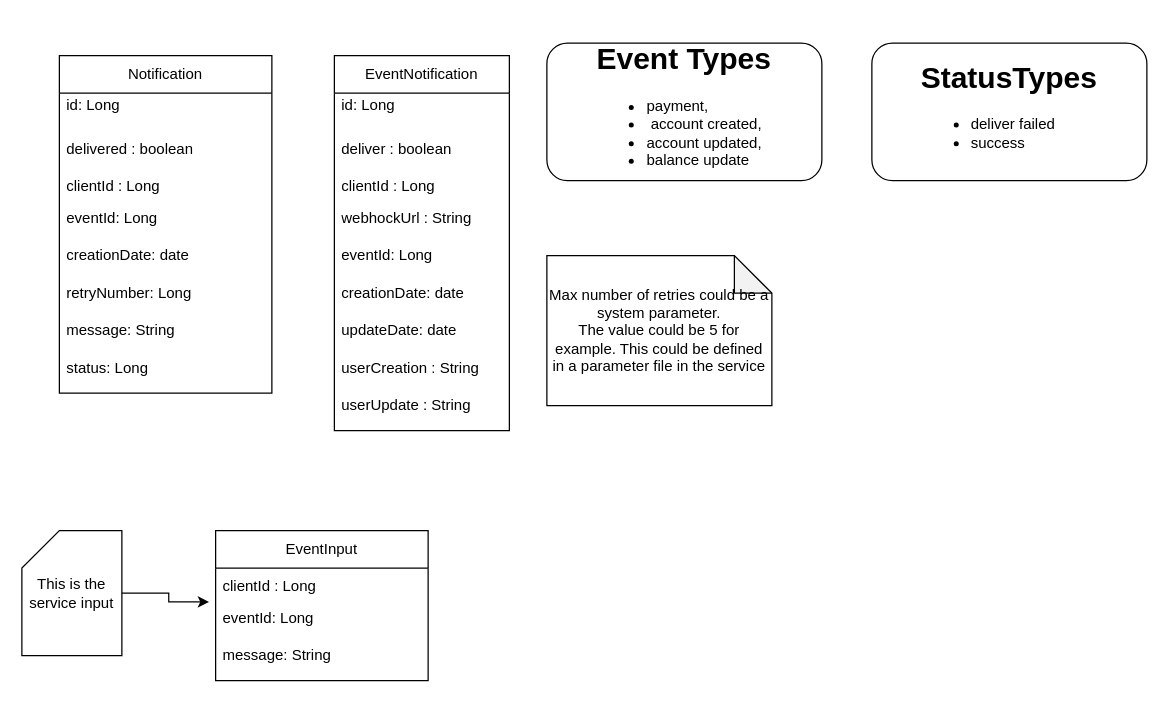
This is page "model" (1 of 3) of notifications-api-v2.drawio from dalejandroba/hello-world, a draw.io file, before an edit. Source tidied: cells renumbered, new cells numbered last; positions are measured from the earlier drawing's top-left corner, leaving out a move shared by most shapes. Both pictures are drawn from the tidied source at 125%, with x=0, y=0 at pixel (21, 42).
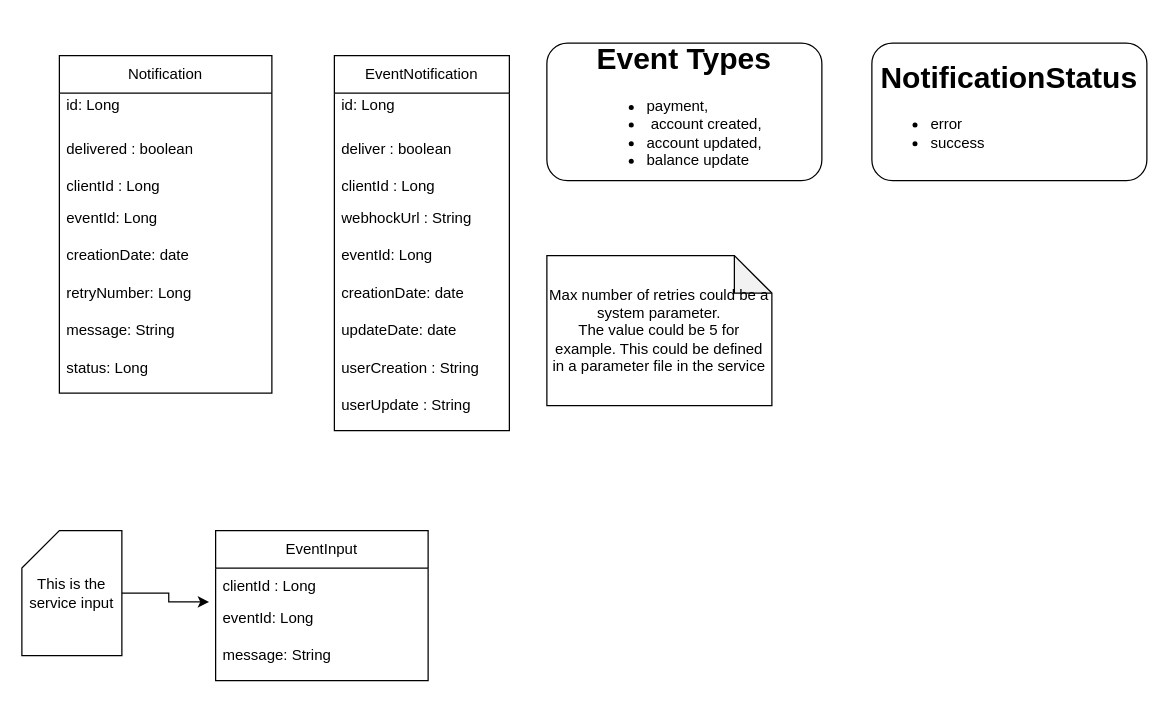
The same diagram, later.

What changed in the source:
```diff
@@
-    <mxCell id="23" value="&lt;h1&gt;StatusTypes&lt;/h1&gt;&lt;div&gt;&lt;div style=&quot;text-align: left;&quot;&gt;&lt;ul&gt;&lt;li&gt;&lt;span style=&quot;background-color: transparent; color: light-dark(rgb(0, 0, 0), rgb(255, 255, 255));&quot;&gt;deliver failed&lt;/span&gt;&lt;/li&gt;&lt;li&gt;success&lt;/li&gt;&lt;/ul&gt;&lt;/div&gt;&lt;div&gt;&lt;div&gt;&lt;br&gt;&lt;/div&gt;&lt;/div&gt;&lt;/div&gt;" style="rounded=1;whiteSpace=wrap;html=1;" parent="1" vertex="1">
+    <mxCell id="23" value="&lt;h1&gt;NotificationStatus&lt;/h1&gt;&lt;div&gt;&lt;div style=&quot;text-align: left;&quot;&gt;&lt;ul&gt;&lt;li&gt;&lt;span style=&quot;background-color: transparent; color: light-dark(rgb(0, 0, 0), rgb(255, 255, 255));&quot;&gt;error&lt;/span&gt;&lt;/li&gt;&lt;li&gt;success&lt;/li&gt;&lt;/ul&gt;&lt;/div&gt;&lt;div&gt;&lt;div&gt;&lt;br&gt;&lt;/div&gt;&lt;/div&gt;&lt;/div&gt;" style="rounded=1;whiteSpace=wrap;html=1;" parent="1" vertex="1">
       <mxGeometry x="680" width="220" height="110" as="geometry" />
     </mxCell>
```
